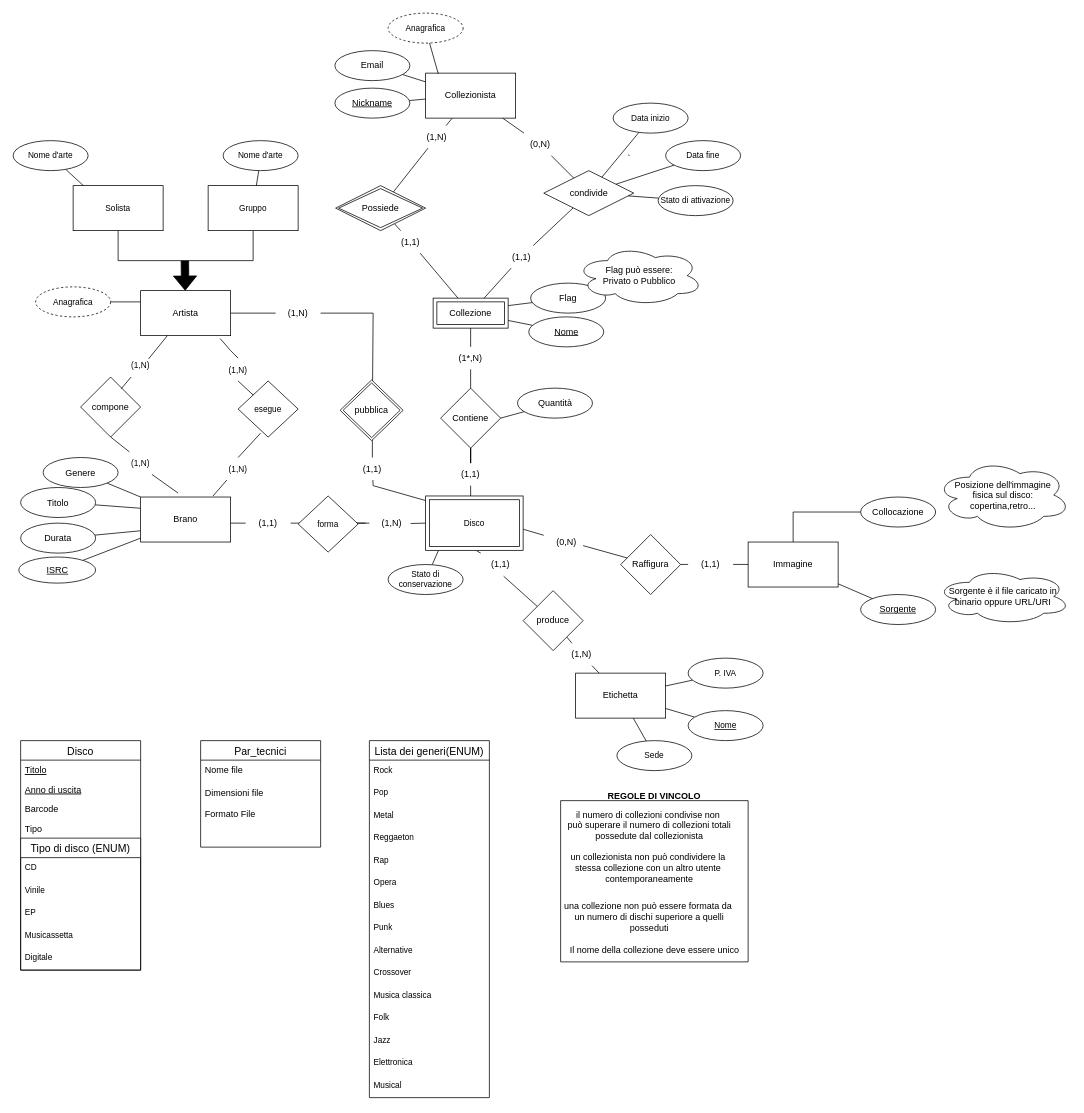
Before: page "Iniziale" (1 of 2) of Collectors_ER.drawio in jessvzz/progetto_collezionisti, a draw.io diagram. Source tidied: cells renumbered, new cells numbered last; positions are measured from the earlier drawing's top-left corner, leaving out a move shared by most shapes. Both pictures are drawn from the tidied source at 75%, with x=0, y=0 at pixel (13, 13).
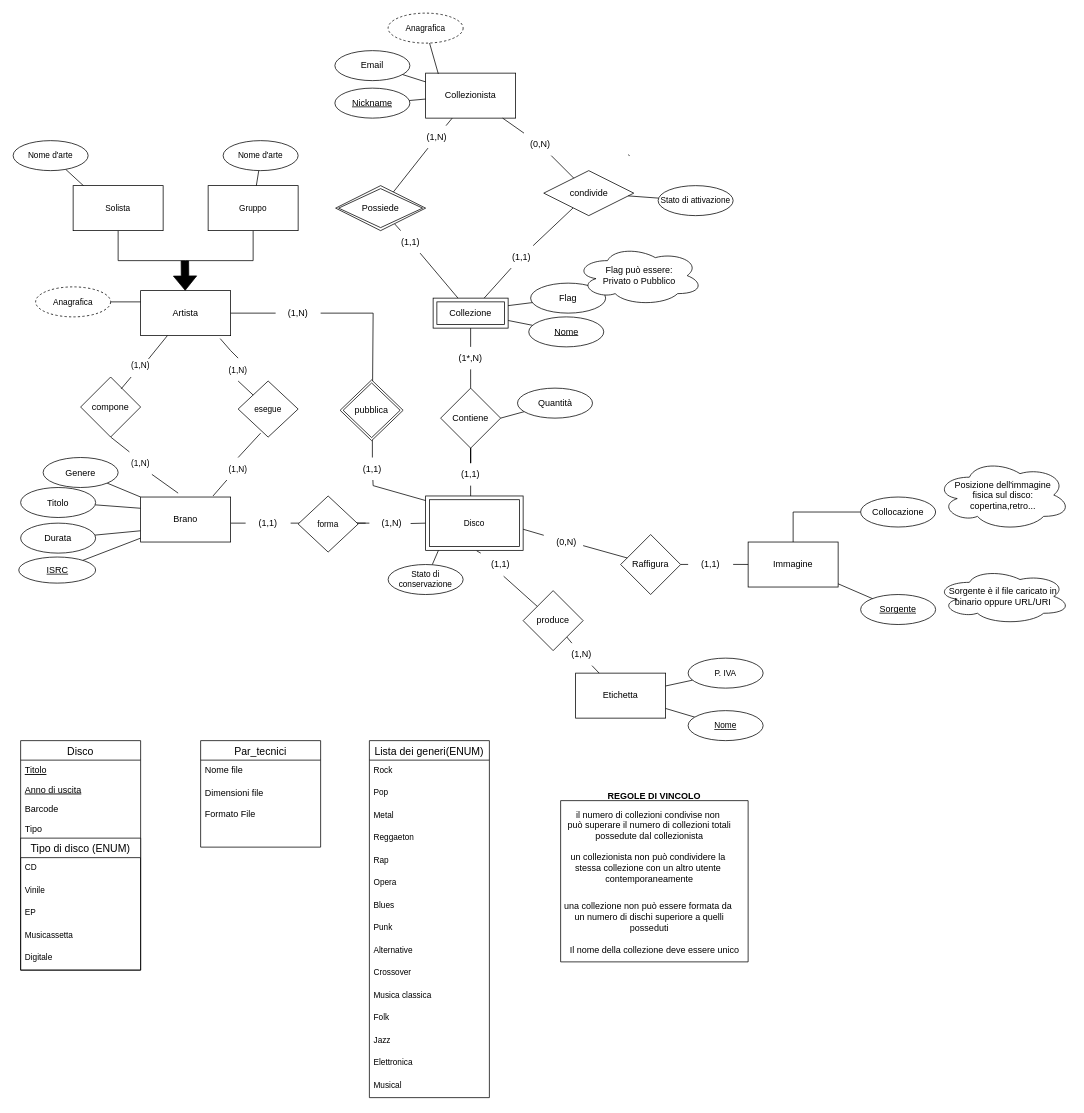
Above is the later version.

The change refers to these unchanged cells:
```xml
<mxCell id="41" value="condivide" style="shape=rhombus;perimeter=rhombusPerimeter;whiteSpace=wrap;html=1;align=center;" parent="1" vertex="1">
  <mxGeometry x="707.5" y="210" width="120" height="60" as="geometry" />
</mxCell>
<mxCell id="67" value="Etichetta" style="rounded=0;whiteSpace=wrap;html=1;" parent="1" vertex="1">
  <mxGeometry x="750" y="880" width="120" height="60" as="geometry" />
</mxCell>
```

What changed in the source:
```diff
@@
-    <mxCell id="85" style="edgeStyle=none;shape=connector;rounded=0;sketch=0;jettySize=auto;html=1;shadow=0;labelBackgroundColor=default;strokeColor=default;fontFamily=Helvetica;fontSize=11;fontColor=default;endArrow=none;endFill=0;elbow=vertical;" parent="1" edge="1" source="86" target="67">
-      <mxGeometry relative="1" as="geometry" />
-    </mxCell>
-    <mxCell id="86" value="Sede" style="ellipse;whiteSpace=wrap;html=1;align=center;fontFamily=Helvetica;fontSize=11;fontColor=default;" parent="1" vertex="1">
-      <mxGeometry x="805" y="970" width="100" height="40" as="geometry" />
-    </mxCell>
@@
-    <mxCell id="134" style="edgeStyle=none;shape=connector;rounded=0;jettySize=auto;html=1;labelBackgroundColor=default;strokeColor=default;fontFamily=Helvetica;fontSize=11;fontColor=default;endArrow=none;" parent="1" edge="1" source="135" target="41">
-      <mxGeometry relative="1" as="geometry" />
-    </mxCell>
-    <mxCell id="135" value="Data fine" style="ellipse;whiteSpace=wrap;html=1;align=center;fontFamily=Helvetica;fontSize=11;fontColor=default;" parent="1" vertex="1">
-      <mxGeometry x="870" y="170" width="100" height="40" as="geometry" />
-    </mxCell>
-    <mxCell id="136" style="edgeStyle=none;shape=connector;rounded=0;jettySize=auto;html=1;labelBackgroundColor=default;strokeColor=default;fontFamily=Helvetica;fontSize=11;fontColor=default;endArrow=none;" parent="1" edge="1" source="137" target="41">
-      <mxGeometry relative="1" as="geometry" />
-    </mxCell>
-    <mxCell id="137" value="Data inizio" style="ellipse;whiteSpace=wrap;html=1;align=center;fontFamily=Helvetica;fontSize=11;fontColor=default;" parent="1" vertex="1">
-      <mxGeometry x="800" y="120" width="100" height="40" as="geometry" />
-    </mxCell>
```
